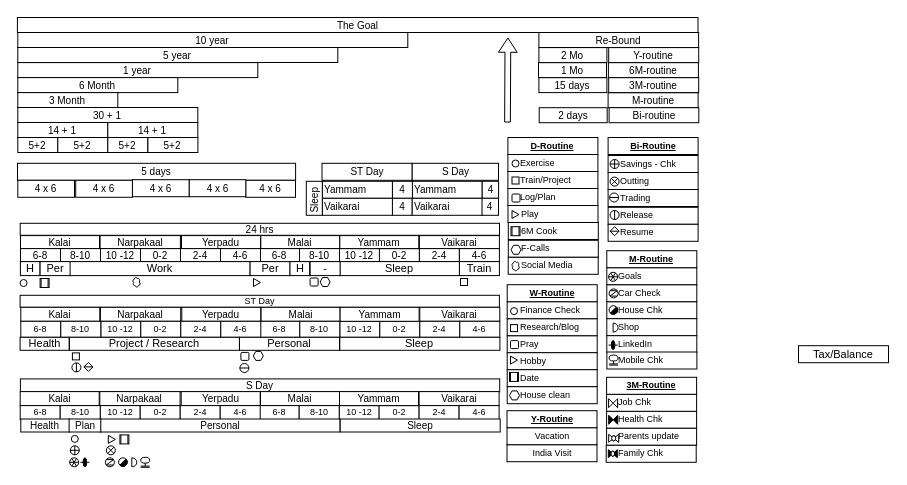
Above: page "Page-2" (2 of 2) of Untitled Diagram.drawio in sanjaipk/GreetingCards (draw.io), before the change. Source tidied: cells renumbered, new cells numbered last; positions are measured from the earlier drawing's top-left corner, leaving out a move shared by most shapes. Both pictures are drawn from the tidied source at 100%, with x=0, y=0 at pixel (17, 17).
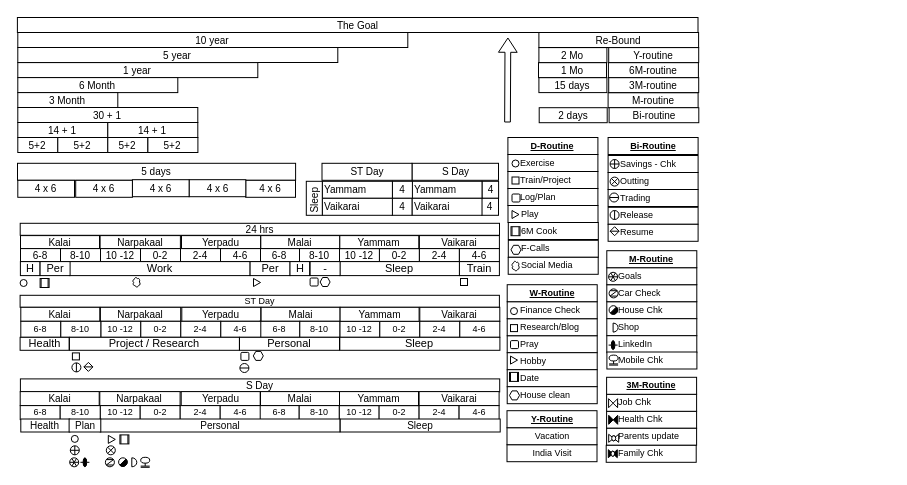
The same page after the edit.

Change to the diagram source:
```diff
@@
-    <mxCell id="114" value="Tax/Balance" style="rounded=0;whiteSpace=wrap;html=1;fontSize=11;fontColor=#000000;align=center;" parent="1" vertex="1">
-      <mxGeometry x="781" y="328.2" width="90" height="17" as="geometry" />
-    </mxCell>
```
